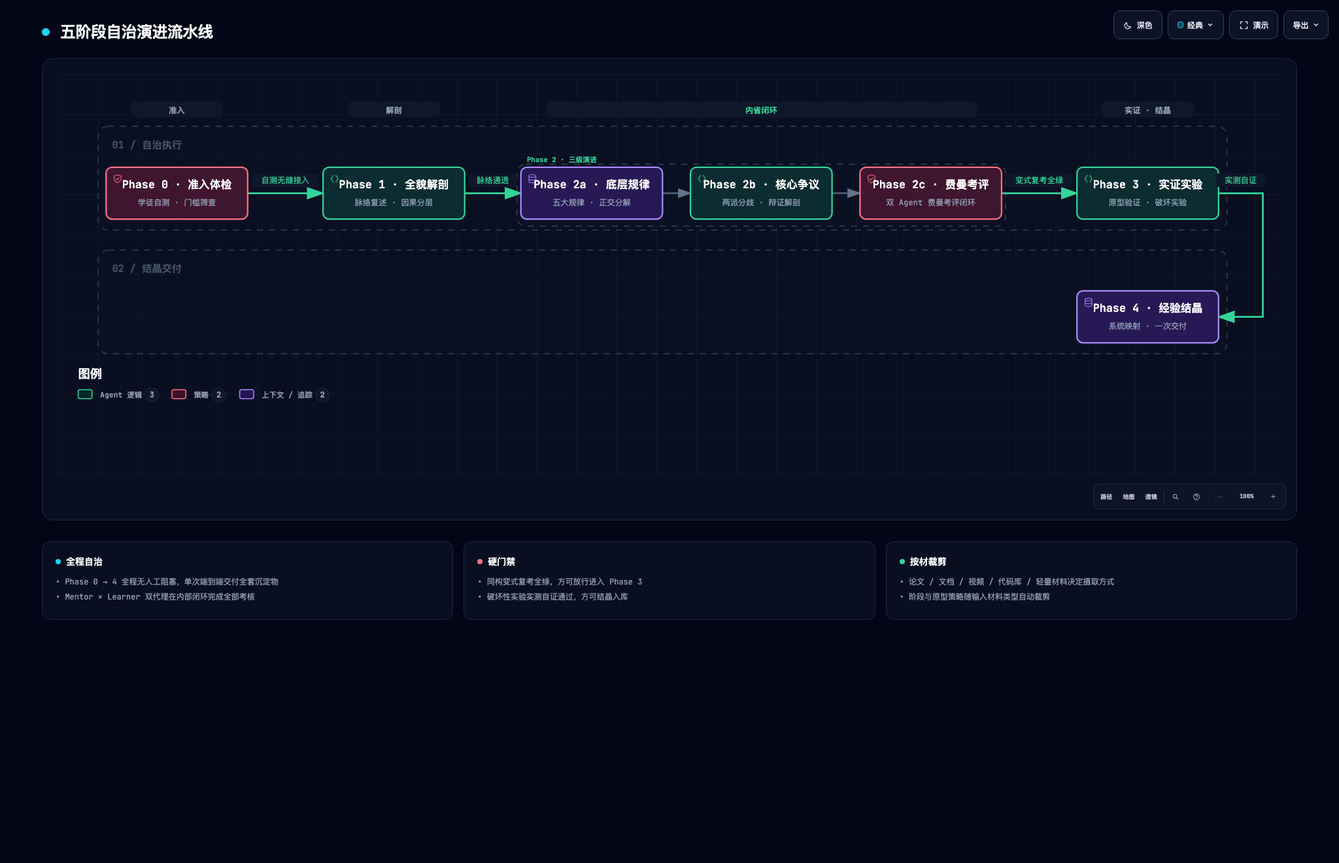
ThreeFish-AI/guided-learn keeps this Mermaid diagram as assets/architecture/six-phase-autonomous-pipeline.visual-check.2048x1320.dark.png. Above is the earlier version. Its source is kept beside it as assets/mermaid/six-phase-autonomous-pipeline.mmd. Source of this version:
```mermaid
flowchart LR
    P0["Phase 0<br/>准入体检<br/>(学徒自测)"] -->|自测无缝接入| P1["Phase 1<br/>全貌解剖<br/>(脉络复述)"]
    P1 -->|脉络通透| P2["Phase 2<br/>规律、争议与严师考评"]
    subgraph P2["Phase 2 · 规律、争议与内省闭环"]
        P2a["2a. 5大底层规律"] --> P2b["2b. 2~3核心争议"] --> P2c["2c. 双Agent费曼考评闭环"]
    end
    P2c -->|变式复考全绿| P3["Phase 3<br/>原型验证与破坏实验"]
    P3 -->|实测自证| P4["Phase 4<br/>经验结晶与系统映射"]

    classDef phase fill:#1e293b,stroke:#38bdf8,stroke-width:2px,color:#f8fafc;
    class P0,P1,P2,P3,P4,P2a,P2b,P2c phase;
```
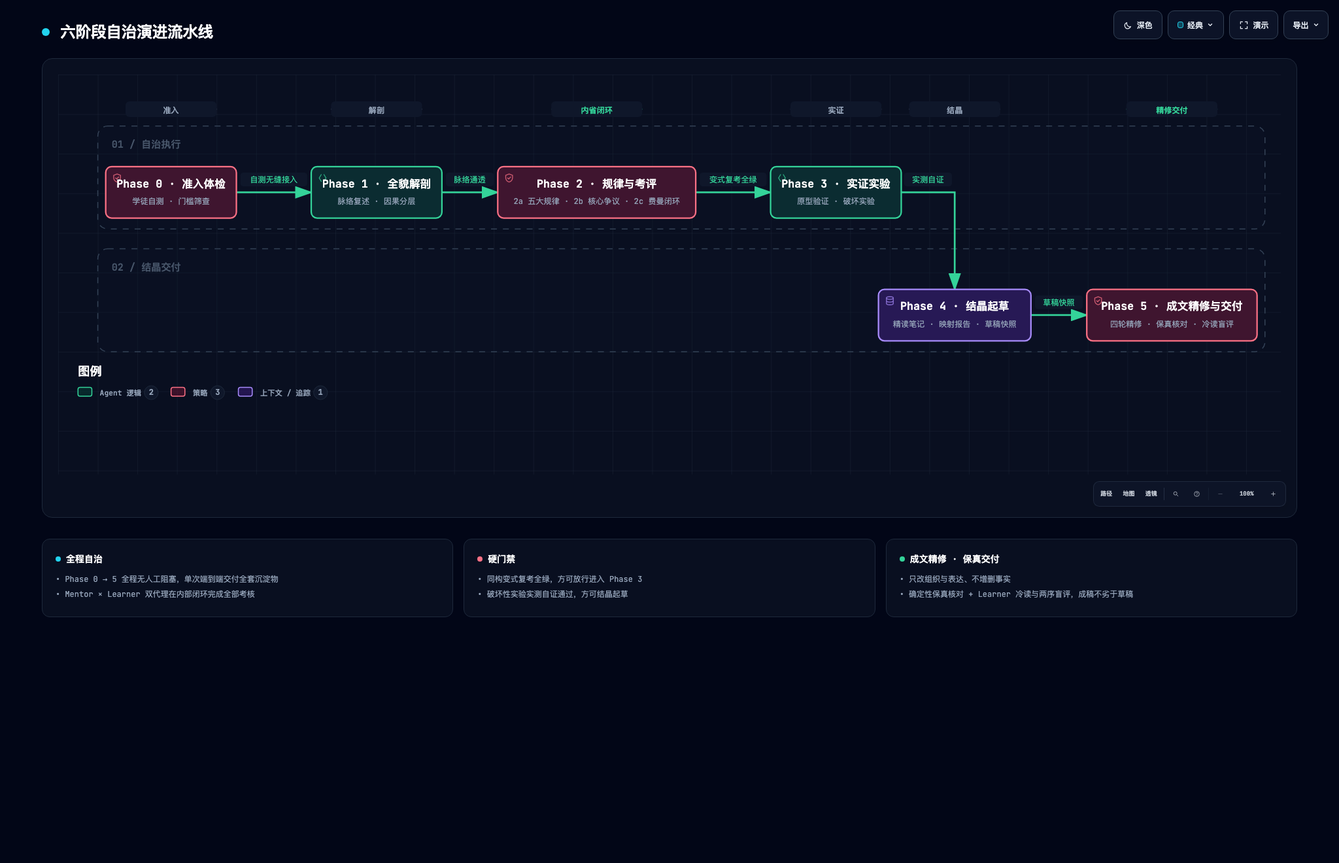
The same file after the commit.

Change to the diagram source:
```diff
@@ -1,11 +1,9 @@
 flowchart LR
     P0["Phase 0<br/>准入体检<br/>(学徒自测)"] -->|自测无缝接入| P1["Phase 1<br/>全貌解剖<br/>(脉络复述)"]
-    P1 -->|脉络通透| P2["Phase 2<br/>规律、争议与严师考评"]
-    subgraph P2["Phase 2 · 规律、争议与内省闭环"]
-        P2a["2a. 5大底层规律"] --> P2b["2b. 2~3核心争议"] --> P2c["2c. 双Agent费曼考评闭环"]
-    end
-    P2c -->|变式复考全绿| P3["Phase 3<br/>原型验证与破坏实验"]
-    P3 -->|实测自证| P4["Phase 4<br/>经验结晶与系统映射"]
+    P1 -->|脉络通透| P2["Phase 2<br/>规律、争议与严师考评<br/>(2a 五大规律 · 2b 核心争议 · 2c 费曼闭环)"]
+    P2 -->|变式复考全绿| P3["Phase 3<br/>原型验证与破坏实验"]
+    P3 -->|实测自证| P4["Phase 4<br/>结晶起草<br/>(精读笔记 · 映射报告 · 草稿快照)"]
+    P4 -->|草稿快照| P5["Phase 5<br/>成文精修与交付<br/>(四轮精修 · 保真核对 · 冷读盲评)"]
 
     classDef phase fill:#1e293b,stroke:#38bdf8,stroke-width:2px,color:#f8fafc;
-    class P0,P1,P2,P3,P4,P2a,P2b,P2c phase;
+    class P0,P1,P2,P3,P4,P5 phase;
```
